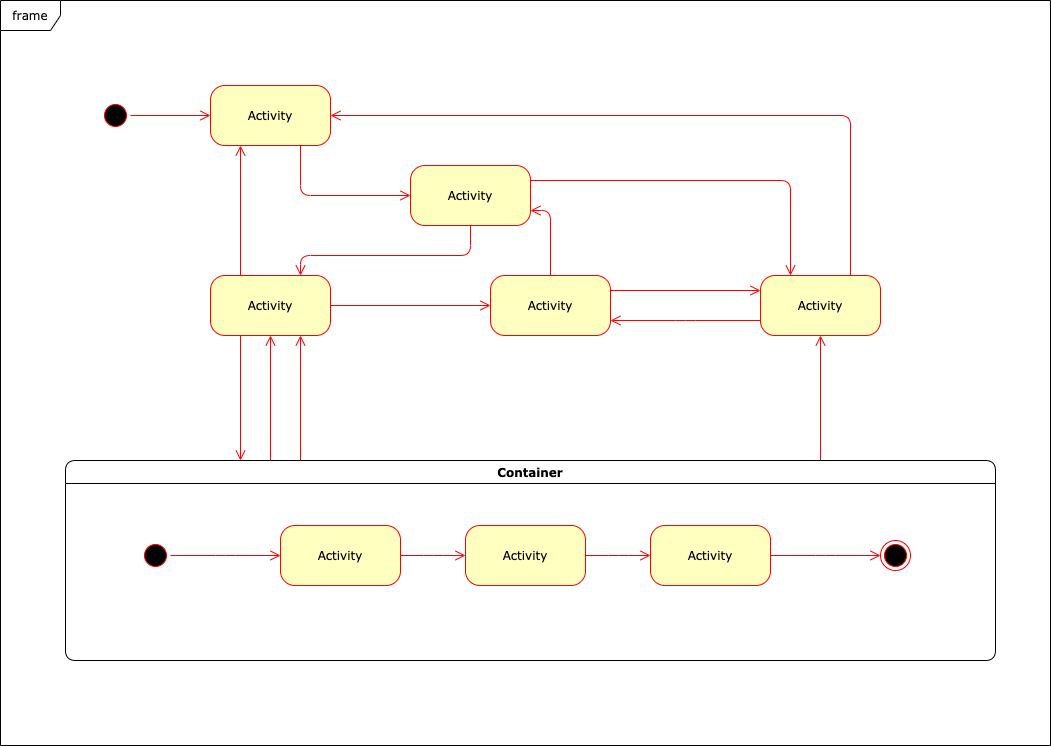
The draw.io diagram Untitled Diagram.png in JloveC1024/draw.io, before a commit. Source tidied: cells renumbered, new cells last; positions are measured from the earlier drawing's top-left corner, leaving out a move shared by most shapes. Source of this version:
```xml
<mxGraphModel background="#ffffff">
  <root>
    <mxCell id="0" />
    <mxCell id="1" parent="0" />
    <mxCell id="2" style="ellipse;html=1;shape=startState;fillColor=#000000;strokeColor=#ff0000;rounded=1;shadow=0;comic=0;labelBackgroundColor=none;fontFamily=Verdana;fontSize=12;fontColor=#000000;align=center;direction=south;" parent="1" vertex="1">
      <mxGeometry x="100" y="100" width="30" height="30" as="geometry" />
    </mxCell>
    <mxCell id="3" value="Activity" style="rounded=1;whiteSpace=wrap;html=1;arcSize=24;fillColor=#ffffc0;strokeColor=#ff0000;shadow=0;comic=0;labelBackgroundColor=none;fontFamily=Verdana;fontSize=12;fontColor=#000000;align=center;" parent="1" vertex="1">
      <mxGeometry x="210" y="275" width="120" height="60" as="geometry" />
    </mxCell>
    <mxCell id="4" value="Activity" style="rounded=1;whiteSpace=wrap;html=1;arcSize=24;fillColor=#ffffc0;strokeColor=#ff0000;shadow=0;comic=0;labelBackgroundColor=none;fontFamily=Verdana;fontSize=12;fontColor=#000000;align=center;" parent="1" vertex="1">
      <mxGeometry x="210" y="85" width="120" height="60" as="geometry" />
    </mxCell>
    <mxCell id="5" style="edgeStyle=orthogonalEdgeStyle;html=1;exitX=1;exitY=0.25;entryX=0.25;entryY=0;labelBackgroundColor=none;endArrow=open;endSize=8;strokeColor=#ff0000;fontFamily=Verdana;fontSize=12;align=left;" parent="1" edge="1" source="6" target="9">
      <mxGeometry relative="1" as="geometry" />
    </mxCell>
    <mxCell id="6" value="Activity" style="rounded=1;whiteSpace=wrap;html=1;arcSize=24;fillColor=#ffffc0;strokeColor=#ff0000;shadow=0;comic=0;labelBackgroundColor=none;fontFamily=Verdana;fontSize=12;fontColor=#000000;align=center;" parent="1" vertex="1">
      <mxGeometry x="410" y="165" width="120" height="60" as="geometry" />
    </mxCell>
    <mxCell id="7" style="edgeStyle=orthogonalEdgeStyle;html=1;exitX=0.75;exitY=0;entryX=1;entryY=0.5;labelBackgroundColor=none;endArrow=open;endSize=8;strokeColor=#ff0000;fontFamily=Verdana;fontSize=12;align=left;" parent="1" edge="1" source="9" target="4">
      <mxGeometry relative="1" as="geometry">
        <Array as="points">
          <mxPoint x="850" y="115" />
        </Array>
      </mxGeometry>
    </mxCell>
    <mxCell id="8" style="edgeStyle=elbowEdgeStyle;html=1;exitX=0;exitY=0.75;entryX=1;entryY=0.75;labelBackgroundColor=none;endArrow=open;endSize=8;strokeColor=#ff0000;fontFamily=Verdana;fontSize=12;align=left;" parent="1" edge="1" source="9" target="10">
      <mxGeometry relative="1" as="geometry" />
    </mxCell>
    <mxCell id="9" value="Activity" style="rounded=1;whiteSpace=wrap;html=1;arcSize=24;fillColor=#ffffc0;strokeColor=#ff0000;shadow=0;comic=0;labelBackgroundColor=none;fontFamily=Verdana;fontSize=12;fontColor=#000000;align=center;" parent="1" vertex="1">
      <mxGeometry x="760" y="275" width="120" height="60" as="geometry" />
    </mxCell>
    <mxCell id="10" value="Activity" style="rounded=1;whiteSpace=wrap;html=1;arcSize=24;fillColor=#ffffc0;strokeColor=#ff0000;shadow=0;comic=0;labelBackgroundColor=none;fontFamily=Verdana;fontSize=12;fontColor=#000000;align=center;" parent="1" vertex="1">
      <mxGeometry x="490" y="275" width="120" height="60" as="geometry" />
    </mxCell>
    <mxCell id="11" style="edgeStyle=elbowEdgeStyle;html=1;labelBackgroundColor=none;endArrow=open;endSize=8;strokeColor=#ff0000;fontFamily=Verdana;fontSize=12;align=left;" parent="1" edge="1" source="12" target="9">
      <mxGeometry relative="1" as="geometry" />
    </mxCell>
    <mxCell id="12" value="Container" style="swimlane;whiteSpace=wrap;html=1;rounded=1;shadow=0;comic=0;labelBackgroundColor=none;strokeWidth=1;fontFamily=Verdana;fontSize=12;align=center;" parent="1" vertex="1">
      <mxGeometry x="65" y="460" width="930" height="200" as="geometry" />
    </mxCell>
    <mxCell id="13" style="edgeStyle=elbowEdgeStyle;html=1;labelBackgroundColor=none;endArrow=open;endSize=8;strokeColor=#ff0000;fontFamily=Verdana;fontSize=12;align=left;" parent="12" edge="1" source="14" target="19">
      <mxGeometry relative="1" as="geometry" />
    </mxCell>
    <mxCell id="14" value="Activity" style="rounded=1;whiteSpace=wrap;html=1;arcSize=24;fillColor=#ffffc0;strokeColor=#ff0000;shadow=0;comic=0;labelBackgroundColor=none;fontFamily=Verdana;fontSize=12;fontColor=#000000;align=center;" parent="12" vertex="1">
      <mxGeometry x="215" y="65" width="120" height="60" as="geometry" />
    </mxCell>
    <mxCell id="15" style="ellipse;html=1;shape=endState;fillColor=#000000;strokeColor=#ff0000;rounded=1;shadow=0;comic=0;labelBackgroundColor=none;fontFamily=Verdana;fontSize=12;fontColor=#000000;align=center;" parent="12" vertex="1">
      <mxGeometry x="815" y="80" width="30" height="30" as="geometry" />
    </mxCell>
    <mxCell id="16" style="edgeStyle=elbowEdgeStyle;html=1;labelBackgroundColor=none;endArrow=open;endSize=8;strokeColor=#ff0000;fontFamily=Verdana;fontSize=12;align=left;" parent="12" edge="1" source="17" target="14">
      <mxGeometry relative="1" as="geometry" />
    </mxCell>
    <mxCell id="17" style="ellipse;html=1;shape=startState;fillColor=#000000;strokeColor=#ff0000;rounded=1;shadow=0;comic=0;labelBackgroundColor=none;fontFamily=Verdana;fontSize=12;fontColor=#000000;align=center;direction=south;" parent="12" vertex="1">
      <mxGeometry x="75" y="80" width="30" height="30" as="geometry" />
    </mxCell>
    <mxCell id="18" style="edgeStyle=elbowEdgeStyle;html=1;labelBackgroundColor=none;endArrow=open;endSize=8;strokeColor=#ff0000;fontFamily=Verdana;fontSize=12;align=left;" parent="12" edge="1" source="19" target="21">
      <mxGeometry relative="1" as="geometry" />
    </mxCell>
    <mxCell id="19" value="Activity" style="rounded=1;whiteSpace=wrap;html=1;arcSize=24;fillColor=#ffffc0;strokeColor=#ff0000;shadow=0;comic=0;labelBackgroundColor=none;fontFamily=Verdana;fontSize=12;fontColor=#000000;align=center;" parent="12" vertex="1">
      <mxGeometry x="400" y="65" width="120" height="60" as="geometry" />
    </mxCell>
    <mxCell id="20" style="edgeStyle=elbowEdgeStyle;html=1;labelBackgroundColor=none;endArrow=open;endSize=8;strokeColor=#ff0000;fontFamily=Verdana;fontSize=12;align=left;" parent="12" edge="1" source="21" target="15">
      <mxGeometry relative="1" as="geometry" />
    </mxCell>
    <mxCell id="21" value="Activity" style="rounded=1;whiteSpace=wrap;html=1;arcSize=24;fillColor=#ffffc0;strokeColor=#ff0000;shadow=0;comic=0;labelBackgroundColor=none;fontFamily=Verdana;fontSize=12;fontColor=#000000;align=center;" parent="12" vertex="1">
      <mxGeometry x="585" y="65" width="120" height="60" as="geometry" />
    </mxCell>
    <mxCell id="22" value="frame" style="shape=umlFrame;whiteSpace=wrap;html=1;rounded=1;shadow=0;comic=0;labelBackgroundColor=none;strokeWidth=1;fontFamily=Verdana;fontSize=12;align=center;" parent="1" vertex="1">
      <mxGeometry width="1050" height="745" as="geometry" />
    </mxCell>
    <mxCell id="23" style="edgeStyle=orthogonalEdgeStyle;html=1;labelBackgroundColor=none;endArrow=open;endSize=8;strokeColor=#ff0000;fontFamily=Verdana;fontSize=12;align=left;" parent="1" edge="1" source="2" target="4">
      <mxGeometry relative="1" as="geometry" />
    </mxCell>
    <mxCell id="24" style="edgeStyle=orthogonalEdgeStyle;html=1;labelBackgroundColor=none;endArrow=open;endSize=8;strokeColor=#ff0000;fontFamily=Verdana;fontSize=12;align=left;entryX=0;entryY=0.5;" parent="1" edge="1" source="4" target="6">
      <mxGeometry relative="1" as="geometry">
        <Array as="points">
          <mxPoint x="300" y="195" />
        </Array>
      </mxGeometry>
    </mxCell>
    <mxCell id="25" style="edgeStyle=orthogonalEdgeStyle;html=1;entryX=0.75;entryY=0;labelBackgroundColor=none;endArrow=open;endSize=8;strokeColor=#ff0000;fontFamily=Verdana;fontSize=12;align=left;exitX=0.5;exitY=1;" parent="1" edge="1" source="6" target="3">
      <mxGeometry relative="1" as="geometry">
        <Array as="points">
          <mxPoint x="470" y="255" />
          <mxPoint x="300" y="255" />
        </Array>
      </mxGeometry>
    </mxCell>
    <mxCell id="26" style="edgeStyle=orthogonalEdgeStyle;html=1;exitX=0.25;exitY=0;entryX=0.25;entryY=1;labelBackgroundColor=none;endArrow=open;endSize=8;strokeColor=#ff0000;fontFamily=Verdana;fontSize=12;align=left;" parent="1" edge="1" source="3" target="4">
      <mxGeometry relative="1" as="geometry" />
    </mxCell>
    <mxCell id="27" style="edgeStyle=orthogonalEdgeStyle;html=1;exitX=1;exitY=0.5;entryX=0;entryY=0.5;labelBackgroundColor=none;endArrow=open;endSize=8;strokeColor=#ff0000;fontFamily=Verdana;fontSize=12;align=left;" parent="1" edge="1" source="3" target="10">
      <mxGeometry relative="1" as="geometry" />
    </mxCell>
    <mxCell id="28" style="edgeStyle=orthogonalEdgeStyle;html=1;exitX=0.5;exitY=0;entryX=1;entryY=0.75;labelBackgroundColor=none;endArrow=open;endSize=8;strokeColor=#ff0000;fontFamily=Verdana;fontSize=12;align=left;" parent="1" edge="1" source="10" target="6">
      <mxGeometry relative="1" as="geometry" />
    </mxCell>
    <mxCell id="29" style="edgeStyle=orthogonalEdgeStyle;html=1;exitX=1;exitY=0.25;entryX=0;entryY=0.25;labelBackgroundColor=none;endArrow=open;endSize=8;strokeColor=#ff0000;fontFamily=Verdana;fontSize=12;align=left;" parent="1" edge="1" source="10" target="9">
      <mxGeometry relative="1" as="geometry" />
    </mxCell>
    <mxCell id="30" style="edgeStyle=elbowEdgeStyle;html=1;labelBackgroundColor=none;endArrow=open;endSize=8;strokeColor=#ff0000;fontFamily=Verdana;fontSize=12;align=left;entryX=0.75;entryY=1;" parent="1" edge="1" source="12" target="3">
      <mxGeometry relative="1" as="geometry" />
    </mxCell>
    <mxCell id="31" style="edgeStyle=elbowEdgeStyle;html=1;labelBackgroundColor=none;endArrow=open;endSize=8;strokeColor=#ff0000;fontFamily=Verdana;fontSize=12;align=left;entryX=0.5;entryY=1;" parent="1" edge="1" source="12" target="3">
      <mxGeometry relative="1" as="geometry" />
    </mxCell>
    <mxCell id="32" style="edgeStyle=elbowEdgeStyle;html=1;labelBackgroundColor=none;endArrow=open;endSize=8;strokeColor=#ff0000;fontFamily=Verdana;fontSize=12;align=left;exitX=0.25;exitY=1;" parent="1" edge="1" source="3" target="12">
      <mxGeometry relative="1" as="geometry" />
    </mxCell>
  </root>
</mxGraphModel>
```
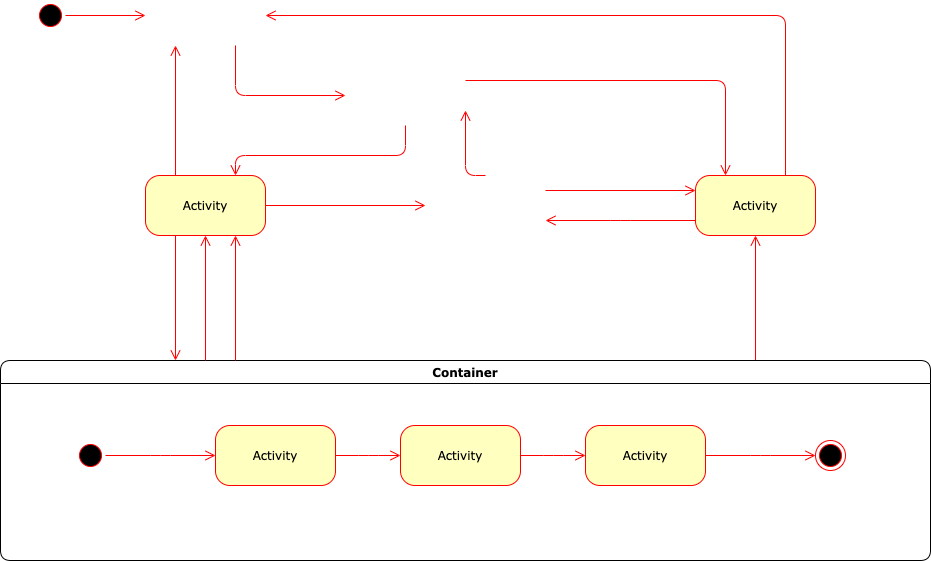
After the change.

Change to the diagram source:
```diff
@@ -8,31 +8,27 @@
     <mxCell id="3" value="Activity" style="rounded=1;whiteSpace=wrap;html=1;arcSize=24;fillColor=#ffffc0;strokeColor=#ff0000;shadow=0;comic=0;labelBackgroundColor=none;fontFamily=Verdana;fontSize=12;fontColor=#000000;align=center;" parent="1" vertex="1">
       <mxGeometry x="210" y="275" width="120" height="60" as="geometry" />
     </mxCell>
-    <mxCell id="4" value="Activity" style="rounded=1;whiteSpace=wrap;html=1;arcSize=24;fillColor=#ffffc0;strokeColor=#ff0000;shadow=0;comic=0;labelBackgroundColor=none;fontFamily=Verdana;fontSize=12;fontColor=#000000;align=center;" parent="1" vertex="1">
-      <mxGeometry x="210" y="85" width="120" height="60" as="geometry" />
-    </mxCell>
-    <mxCell id="5" style="edgeStyle=orthogonalEdgeStyle;html=1;exitX=1;exitY=0.25;entryX=0.25;entryY=0;labelBackgroundColor=none;endArrow=open;endSize=8;strokeColor=#ff0000;fontFamily=Verdana;fontSize=12;align=left;" parent="1" edge="1" source="6" target="9">
-      <mxGeometry relative="1" as="geometry" />
+    <mxCell id="5" style="edgeStyle=orthogonalEdgeStyle;html=1;exitX=1;exitY=0.25;entryX=0.25;entryY=0;labelBackgroundColor=none;endArrow=open;endSize=8;strokeColor=#ff0000;fontFamily=Verdana;fontSize=12;align=left;" parent="1" edge="1" target="9">
+      <mxGeometry relative="1" as="geometry">
+        <mxPoint x="530" y="180" as="sourcePoint" />
+      </mxGeometry>
     </mxCell>
-    <mxCell id="6" value="Activity" style="rounded=1;whiteSpace=wrap;html=1;arcSize=24;fillColor=#ffffc0;strokeColor=#ff0000;shadow=0;comic=0;labelBackgroundColor=none;fontFamily=Verdana;fontSize=12;fontColor=#000000;align=center;" parent="1" vertex="1">
-      <mxGeometry x="410" y="165" width="120" height="60" as="geometry" />
-    </mxCell>
-    <mxCell id="7" style="edgeStyle=orthogonalEdgeStyle;html=1;exitX=0.75;exitY=0;entryX=1;entryY=0.5;labelBackgroundColor=none;endArrow=open;endSize=8;strokeColor=#ff0000;fontFamily=Verdana;fontSize=12;align=left;" parent="1" edge="1" source="9" target="4">
+    <mxCell id="7" style="edgeStyle=orthogonalEdgeStyle;html=1;exitX=0.75;exitY=0;entryX=1;entryY=0.5;labelBackgroundColor=none;endArrow=open;endSize=8;strokeColor=#ff0000;fontFamily=Verdana;fontSize=12;align=left;" parent="1" edge="1" source="9">
       <mxGeometry relative="1" as="geometry">
+        <mxPoint x="330" y="115" as="targetPoint" />
         <Array as="points">
           <mxPoint x="850" y="115" />
         </Array>
       </mxGeometry>
     </mxCell>
-    <mxCell id="8" style="edgeStyle=elbowEdgeStyle;html=1;exitX=0;exitY=0.75;entryX=1;entryY=0.75;labelBackgroundColor=none;endArrow=open;endSize=8;strokeColor=#ff0000;fontFamily=Verdana;fontSize=12;align=left;" parent="1" edge="1" source="9" target="10">
-      <mxGeometry relative="1" as="geometry" />
+    <mxCell id="8" style="edgeStyle=elbowEdgeStyle;html=1;exitX=0;exitY=0.75;entryX=1;entryY=0.75;labelBackgroundColor=none;endArrow=open;endSize=8;strokeColor=#ff0000;fontFamily=Verdana;fontSize=12;align=left;" parent="1" edge="1" source="9">
+      <mxGeometry relative="1" as="geometry">
+        <mxPoint x="610" y="320" as="targetPoint" />
+      </mxGeometry>
     </mxCell>
     <mxCell id="9" value="Activity" style="rounded=1;whiteSpace=wrap;html=1;arcSize=24;fillColor=#ffffc0;strokeColor=#ff0000;shadow=0;comic=0;labelBackgroundColor=none;fontFamily=Verdana;fontSize=12;fontColor=#000000;align=center;" parent="1" vertex="1">
       <mxGeometry x="760" y="275" width="120" height="60" as="geometry" />
     </mxCell>
-    <mxCell id="10" value="Activity" style="rounded=1;whiteSpace=wrap;html=1;arcSize=24;fillColor=#ffffc0;strokeColor=#ff0000;shadow=0;comic=0;labelBackgroundColor=none;fontFamily=Verdana;fontSize=12;fontColor=#000000;align=center;" parent="1" vertex="1">
-      <mxGeometry x="490" y="275" width="120" height="60" as="geometry" />
-    </mxCell>
     <mxCell id="11" style="edgeStyle=elbowEdgeStyle;html=1;labelBackgroundColor=none;endArrow=open;endSize=8;strokeColor=#ff0000;fontFamily=Verdana;fontSize=12;align=left;" parent="1" edge="1" source="12" target="9">
       <mxGeometry relative="1" as="geometry" />
     </mxCell>
@@ -66,38 +62,49 @@
     <mxCell id="21" value="Activity" style="rounded=1;whiteSpace=wrap;html=1;arcSize=24;fillColor=#ffffc0;strokeColor=#ff0000;shadow=0;comic=0;labelBackgroundColor=none;fontFamily=Verdana;fontSize=12;fontColor=#000000;align=center;" parent="12" vertex="1">
       <mxGeometry x="585" y="65" width="120" height="60" as="geometry" />
     </mxCell>
-    <mxCell id="22" value="frame" style="shape=umlFrame;whiteSpace=wrap;html=1;rounded=1;shadow=0;comic=0;labelBackgroundColor=none;strokeWidth=1;fontFamily=Verdana;fontSize=12;align=center;" parent="1" vertex="1">
-      <mxGeometry width="1050" height="745" as="geometry" />
-    </mxCell>
-    <mxCell id="23" style="edgeStyle=orthogonalEdgeStyle;html=1;labelBackgroundColor=none;endArrow=open;endSize=8;strokeColor=#ff0000;fontFamily=Verdana;fontSize=12;align=left;" parent="1" edge="1" source="2" target="4">
-      <mxGeometry relative="1" as="geometry" />
+    <mxCell id="23" style="edgeStyle=orthogonalEdgeStyle;html=1;labelBackgroundColor=none;endArrow=open;endSize=8;strokeColor=#ff0000;fontFamily=Verdana;fontSize=12;align=left;" parent="1" edge="1" source="2">
+      <mxGeometry relative="1" as="geometry">
+        <mxPoint x="210" y="115" as="targetPoint" />
+      </mxGeometry>
     </mxCell>
-    <mxCell id="24" style="edgeStyle=orthogonalEdgeStyle;html=1;labelBackgroundColor=none;endArrow=open;endSize=8;strokeColor=#ff0000;fontFamily=Verdana;fontSize=12;align=left;entryX=0;entryY=0.5;" parent="1" edge="1" source="4" target="6">
+    <mxCell id="24" style="edgeStyle=orthogonalEdgeStyle;html=1;labelBackgroundColor=none;endArrow=open;endSize=8;strokeColor=#ff0000;fontFamily=Verdana;fontSize=12;align=left;entryX=0;entryY=0.5;" parent="1" edge="1">
       <mxGeometry relative="1" as="geometry">
+        <mxPoint x="300" y="145" as="sourcePoint" />
+        <mxPoint x="410" y="195" as="targetPoint" />
         <Array as="points">
           <mxPoint x="300" y="195" />
         </Array>
       </mxGeometry>
     </mxCell>
-    <mxCell id="25" style="edgeStyle=orthogonalEdgeStyle;html=1;entryX=0.75;entryY=0;labelBackgroundColor=none;endArrow=open;endSize=8;strokeColor=#ff0000;fontFamily=Verdana;fontSize=12;align=left;exitX=0.5;exitY=1;" parent="1" edge="1" source="6" target="3">
+    <mxCell id="25" style="edgeStyle=orthogonalEdgeStyle;html=1;entryX=0.75;entryY=0;labelBackgroundColor=none;endArrow=open;endSize=8;strokeColor=#ff0000;fontFamily=Verdana;fontSize=12;align=left;exitX=0.5;exitY=1;" parent="1" edge="1" target="3">
       <mxGeometry relative="1" as="geometry">
+        <mxPoint x="470" y="225" as="sourcePoint" />
         <Array as="points">
           <mxPoint x="470" y="255" />
           <mxPoint x="300" y="255" />
         </Array>
       </mxGeometry>
     </mxCell>
-    <mxCell id="26" style="edgeStyle=orthogonalEdgeStyle;html=1;exitX=0.25;exitY=0;entryX=0.25;entryY=1;labelBackgroundColor=none;endArrow=open;endSize=8;strokeColor=#ff0000;fontFamily=Verdana;fontSize=12;align=left;" parent="1" edge="1" source="3" target="4">
-      <mxGeometry relative="1" as="geometry" />
+    <mxCell id="26" style="edgeStyle=orthogonalEdgeStyle;html=1;exitX=0.25;exitY=0;entryX=0.25;entryY=1;labelBackgroundColor=none;endArrow=open;endSize=8;strokeColor=#ff0000;fontFamily=Verdana;fontSize=12;align=left;" parent="1" edge="1" source="3">
+      <mxGeometry relative="1" as="geometry">
+        <mxPoint x="240" y="145" as="targetPoint" />
+      </mxGeometry>
     </mxCell>
-    <mxCell id="27" style="edgeStyle=orthogonalEdgeStyle;html=1;exitX=1;exitY=0.5;entryX=0;entryY=0.5;labelBackgroundColor=none;endArrow=open;endSize=8;strokeColor=#ff0000;fontFamily=Verdana;fontSize=12;align=left;" parent="1" edge="1" source="3" target="10">
-      <mxGeometry relative="1" as="geometry" />
+    <mxCell id="27" style="edgeStyle=orthogonalEdgeStyle;html=1;exitX=1;exitY=0.5;entryX=0;entryY=0.5;labelBackgroundColor=none;endArrow=open;endSize=8;strokeColor=#ff0000;fontFamily=Verdana;fontSize=12;align=left;" parent="1" edge="1" source="3">
+      <mxGeometry relative="1" as="geometry">
+        <mxPoint x="490" y="305" as="targetPoint" />
+      </mxGeometry>
     </mxCell>
-    <mxCell id="28" style="edgeStyle=orthogonalEdgeStyle;html=1;exitX=0.5;exitY=0;entryX=1;entryY=0.75;labelBackgroundColor=none;endArrow=open;endSize=8;strokeColor=#ff0000;fontFamily=Verdana;fontSize=12;align=left;" parent="1" edge="1" source="10" target="6">
-      <mxGeometry relative="1" as="geometry" />
+    <mxCell id="28" style="edgeStyle=orthogonalEdgeStyle;html=1;exitX=0.5;exitY=0;entryX=1;entryY=0.75;labelBackgroundColor=none;endArrow=open;endSize=8;strokeColor=#ff0000;fontFamily=Verdana;fontSize=12;align=left;" parent="1" edge="1">
+      <mxGeometry relative="1" as="geometry">
+        <mxPoint x="550" y="275" as="sourcePoint" />
+        <mxPoint x="530" y="210" as="targetPoint" />
+      </mxGeometry>
     </mxCell>
-    <mxCell id="29" style="edgeStyle=orthogonalEdgeStyle;html=1;exitX=1;exitY=0.25;entryX=0;entryY=0.25;labelBackgroundColor=none;endArrow=open;endSize=8;strokeColor=#ff0000;fontFamily=Verdana;fontSize=12;align=left;" parent="1" edge="1" source="10" target="9">
-      <mxGeometry relative="1" as="geometry" />
+    <mxCell id="29" style="edgeStyle=orthogonalEdgeStyle;html=1;exitX=1;exitY=0.25;entryX=0;entryY=0.25;labelBackgroundColor=none;endArrow=open;endSize=8;strokeColor=#ff0000;fontFamily=Verdana;fontSize=12;align=left;" parent="1" edge="1" target="9">
+      <mxGeometry relative="1" as="geometry">
+        <mxPoint x="610" y="290" as="sourcePoint" />
+      </mxGeometry>
     </mxCell>
     <mxCell id="30" style="edgeStyle=elbowEdgeStyle;html=1;labelBackgroundColor=none;endArrow=open;endSize=8;strokeColor=#ff0000;fontFamily=Verdana;fontSize=12;align=left;entryX=0.75;entryY=1;" parent="1" edge="1" source="12" target="3">
       <mxGeometry relative="1" as="geometry" />
```
